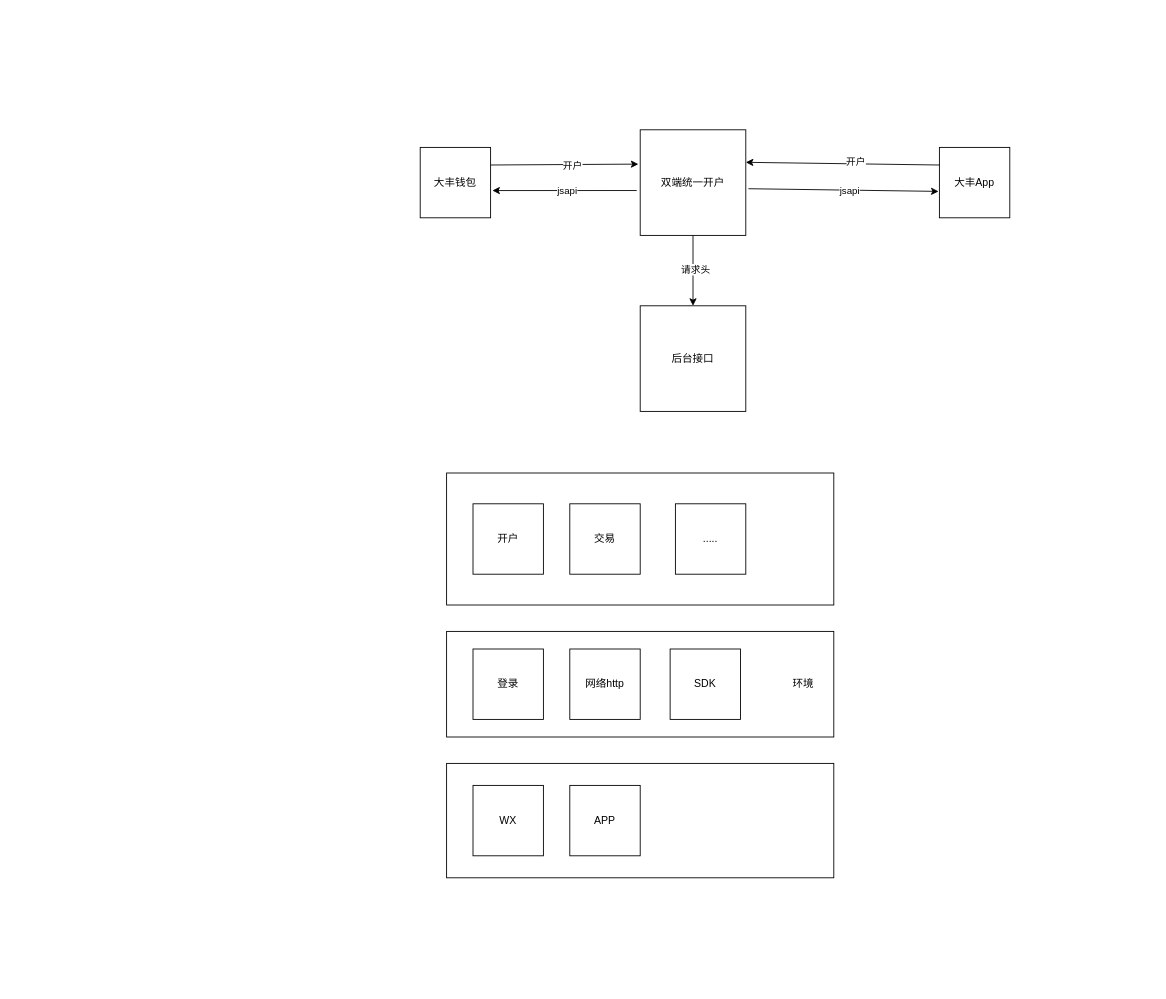
Earlier version of the draw.io diagram page "第 1 页" (1 of 3) of 未命名绘图.drawio (ios2014/ios--). Source tidied: cells renumbered, new cells numbered last; positions are measured from the earlier drawing's top-left corner, leaving out a move shared by most shapes. Both pictures are drawn from the tidied source at 88%, with x=0, y=0 at pixel (420, 129).
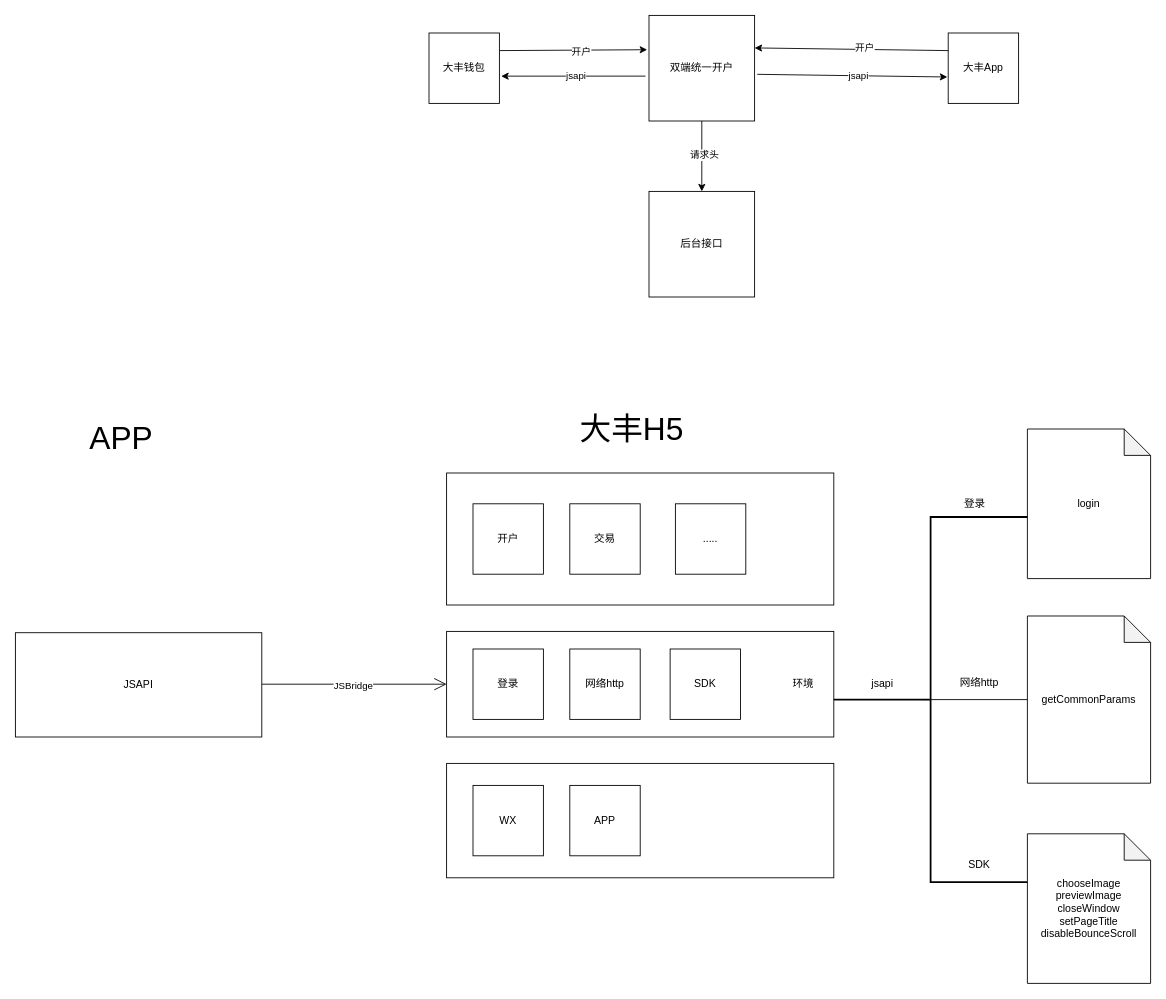
Above is the later version.

Unchanged cells that the change refers to:
```xml
<mxCell id="16" style="rounded=0;whiteSpace=wrap;html=1;" parent="1" vertex="1">
  <mxGeometry x="30" y="570" width="440" height="120" as="geometry" />
</mxCell>
```

Diff of the diagram source:
```diff
@@
     <mxCell id="2" value="双端统一开户" style="whiteSpace=wrap;html=1;" parent="1" vertex="1">
-      <mxGeometry x="250" width="120" height="120" as="geometry" />
+      <mxGeometry x="260" y="-130" width="120" height="120" as="geometry" />
     </mxCell>
     <mxCell id="3" value="大丰钱包" style="whiteSpace=wrap;html=1;" parent="1" vertex="1">
-      <mxGeometry y="20" width="80" height="80" as="geometry" />
+      <mxGeometry x="10" y="-110" width="80" height="80" as="geometry" />
     </mxCell>
     <mxCell id="4" value="大丰App" style="whiteSpace=wrap;html=1;" parent="1" vertex="1">
-      <mxGeometry x="590" y="20" width="80" height="80" as="geometry" />
+      <mxGeometry x="600" y="-110" width="80" height="80" as="geometry" />
     </mxCell>
@@
     <mxCell id="13" value="后台接口" style="whiteSpace=wrap;html=1;" parent="1" vertex="1">
-      <mxGeometry x="250" y="200" width="120" height="120" as="geometry" />
+      <mxGeometry x="260" y="70" width="120" height="120" as="geometry" />
     </mxCell>
@@
+    <mxCell id="28" value="login" style="shape=note;whiteSpace=wrap;html=1;backgroundOutline=1;darkOpacity=0.05;" parent="1" vertex="1">
+      <mxGeometry x="690" y="340" width="140" height="170" as="geometry" />
+    </mxCell>
+    <mxCell id="29" style="strokeWidth=2;html=1;shape=mxgraph.flowchart.annotation_2;align=left;labelPosition=right;" parent="1" vertex="1">
+      <mxGeometry x="470" y="440" width="220" height="415" as="geometry" />
+    </mxCell>
+    <mxCell id="30" style="line;strokeWidth=1;fillColor=none;align=left;verticalAlign=middle;spacingTop=-1;spacingLeft=3;spacingRight=3;labelPosition=right;strokeColor=inherit;" parent="1" vertex="1">
+      <mxGeometry x="570" y="643.5" width="120" height="8" as="geometry" />
+    </mxCell>
+    <mxCell id="31" value="getCommonParams" style="shape=note;whiteSpace=wrap;html=1;backgroundOutline=1;darkOpacity=0.05;" parent="1" vertex="1">
+      <mxGeometry x="690" y="552.5" width="140" height="190" as="geometry" />
+    </mxCell>
+    <mxCell id="32" value="chooseImage&lt;br&gt;previewImage&lt;br&gt;closeWindow&lt;br&gt;setPageTitle&lt;br&gt;disableBounceScroll" style="shape=note;whiteSpace=wrap;html=1;backgroundOutline=1;darkOpacity=0.05;" parent="1" vertex="1">
+      <mxGeometry x="690" y="800" width="140" height="170" as="geometry" />
+    </mxCell>
+    <mxCell id="33" value="jsapi" style="text;html=1;align=center;verticalAlign=middle;strokeColor=none;fillColor=none;" parent="1" vertex="1">
+      <mxGeometry x="500" y="615" width="50" height="30" as="geometry" />
+    </mxCell>
+    <mxCell id="34" value="登录" style="text;html=1;align=center;verticalAlign=middle;strokeColor=none;fillColor=none;" parent="1" vertex="1">
+      <mxGeometry x="605" y="410" width="50" height="30" as="geometry" />
+    </mxCell>
+    <mxCell id="35" value="网络http" style="text;html=1;align=center;verticalAlign=middle;strokeColor=none;fillColor=none;" parent="1" vertex="1">
+      <mxGeometry x="600" y="613.5" width="70" height="30" as="geometry" />
+    </mxCell>
+    <mxCell id="36" value="SDK" style="text;html=1;align=center;verticalAlign=middle;strokeColor=none;fillColor=none;" parent="1" vertex="1">
+      <mxGeometry x="610" y="820" width="50" height="30" as="geometry" />
+    </mxCell>
+    <mxCell id="37" value="JSAPI" style="rounded=0;whiteSpace=wrap;html=1;" parent="1" vertex="1">
+      <mxGeometry x="-460" y="571.5" width="280" height="118.5" as="geometry" />
+    </mxCell>
+    <mxCell id="38" value="&lt;font style=&quot;font-size: 36px;&quot;&gt;大丰H5&lt;/font&gt;" style="text;html=1;align=center;verticalAlign=middle;strokeColor=none;fillColor=none;" parent="1" vertex="1">
+      <mxGeometry x="170" y="310" width="140" height="60" as="geometry" />
+    </mxCell>
+    <mxCell id="39" value="&lt;span style=&quot;font-size: 36px;&quot;&gt;APP&lt;/span&gt;" style="text;html=1;align=center;verticalAlign=middle;strokeColor=none;fillColor=none;" parent="1" vertex="1">
+      <mxGeometry x="-390" y="320" width="100" height="60" as="geometry" />
+    </mxCell>
+    <mxCell id="40" style="endArrow=open;endFill=1;endSize=12;html=1;rounded=0;entryX=0;entryY=0.5;entryDx=0;entryDy=0;" parent="1" edge="1" target="16">
+      <mxGeometry relative="1" as="geometry">
+        <mxPoint x="-180" y="630" as="sourcePoint" />
+      </mxGeometry>
+    </mxCell>
+    <mxCell id="41" value="JSBridge" style="edgeLabel;html=1;align=center;verticalAlign=middle;" parent="40" vertex="1">
+      <mxGeometry x="-0.02" y="-1" relative="1" as="geometry" />
+    </mxCell>
```
